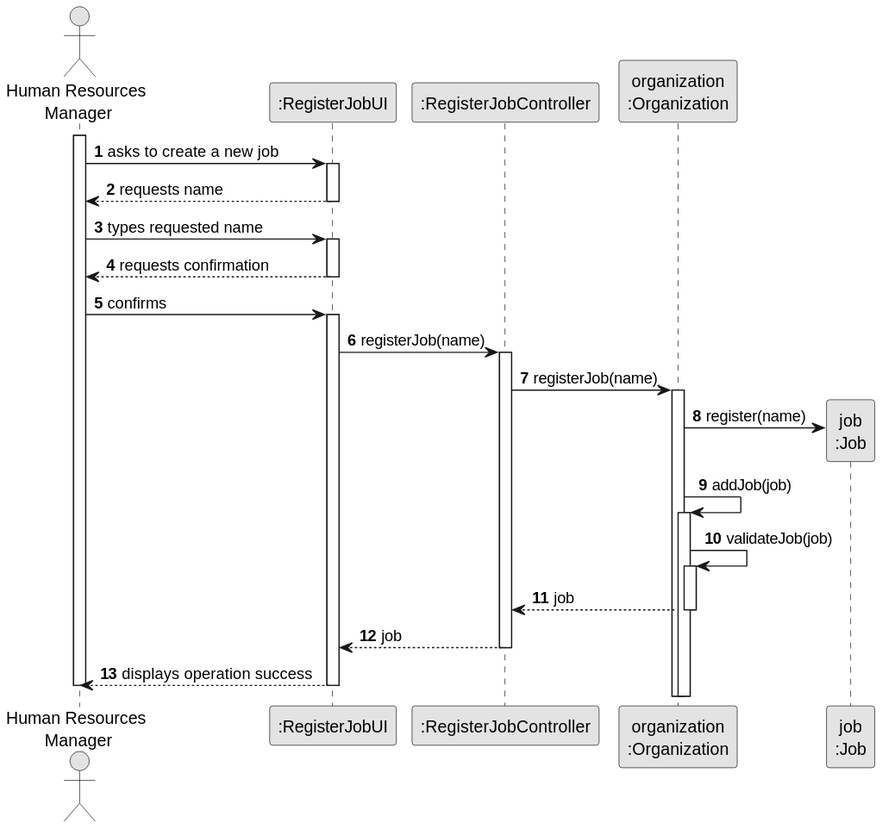
The PlantUML diagram docs/sprintB/us002/03.design/svg/us002-sequence-diagram-full.svg in diogoveirospro/lei-24-s2-1dg-g072, before a commit.
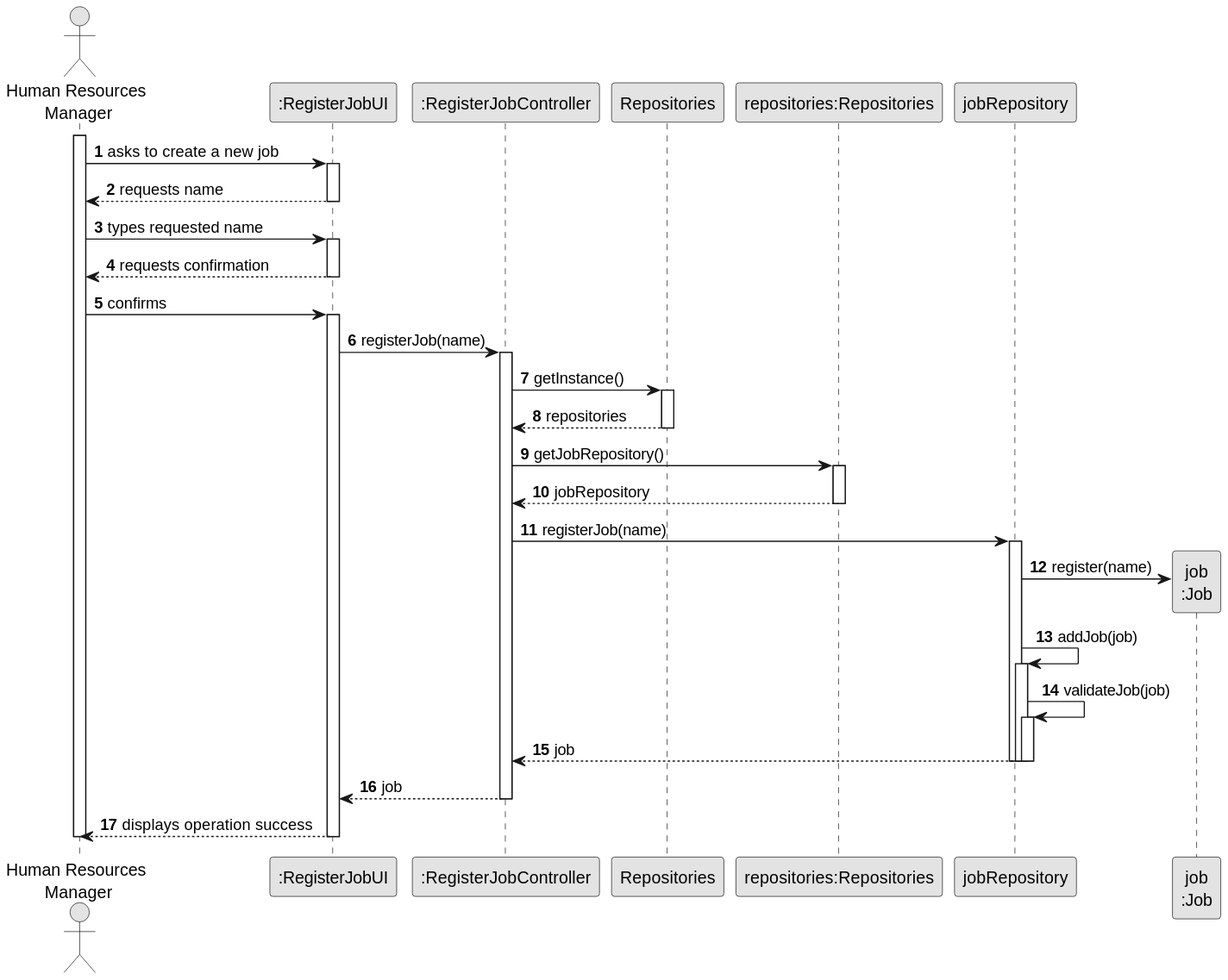
Above is the later version.

Commit message:
US2's Sequence Diagram

Diff of the diagram source:
```diff
@@ -8,7 +8,9 @@
 actor "Human Resources\n Manager" as HRM
 participant ":RegisterJobUI" as UI
 participant ":RegisterJobController" as CTRL
-participant "organization\n:Organization" as ORG
+participant Repositories
+participant "repositories:Repositories" as REP
+participant "jobRepository" as JOBREP
 participant "job\n:Job" as Job
 
 activate HRM
@@ -32,18 +34,34 @@
         UI -> CTRL : registerJob(name)
         activate CTRL
 
-            CTRL -> ORG : registerJob(name)
-            activate ORG
+            CTRL -> Repositories: getInstance()
+            activate Repositories
 
-            ORG -> Job**: register(name)
-                ORG -> ORG: addJob(job)
-                activate ORG
+            Repositories --> CTRL: repositories
+            deactivate Repositories
 
-                ORG -> ORG: validateJob(job)
-                activate ORG
+            CTRL -> REP: getJobRepository()
+            activate REP
 
-            ORG --> CTRL : job
-            deactivate ORG
+            REP --> CTRL: jobRepository
+            deactivate REP
+
+            CTRL -> JOBREP : registerJob(name)
+            activate JOBREP
+
+            JOBREP -> Job**: register(name)
+                JOBREP -> JOBREP: addJob(job)
+                activate JOBREP
+
+                JOBREP -> JOBREP: validateJob(job)
+                activate JOBREP
+
+            JOBREP --> CTRL : job
+                deactivate JOBREP
+
+                deactivate JOBREP
+
+            deactivate JOBREP
 
             CTRL --> UI : job
         deactivate CTRL
```
